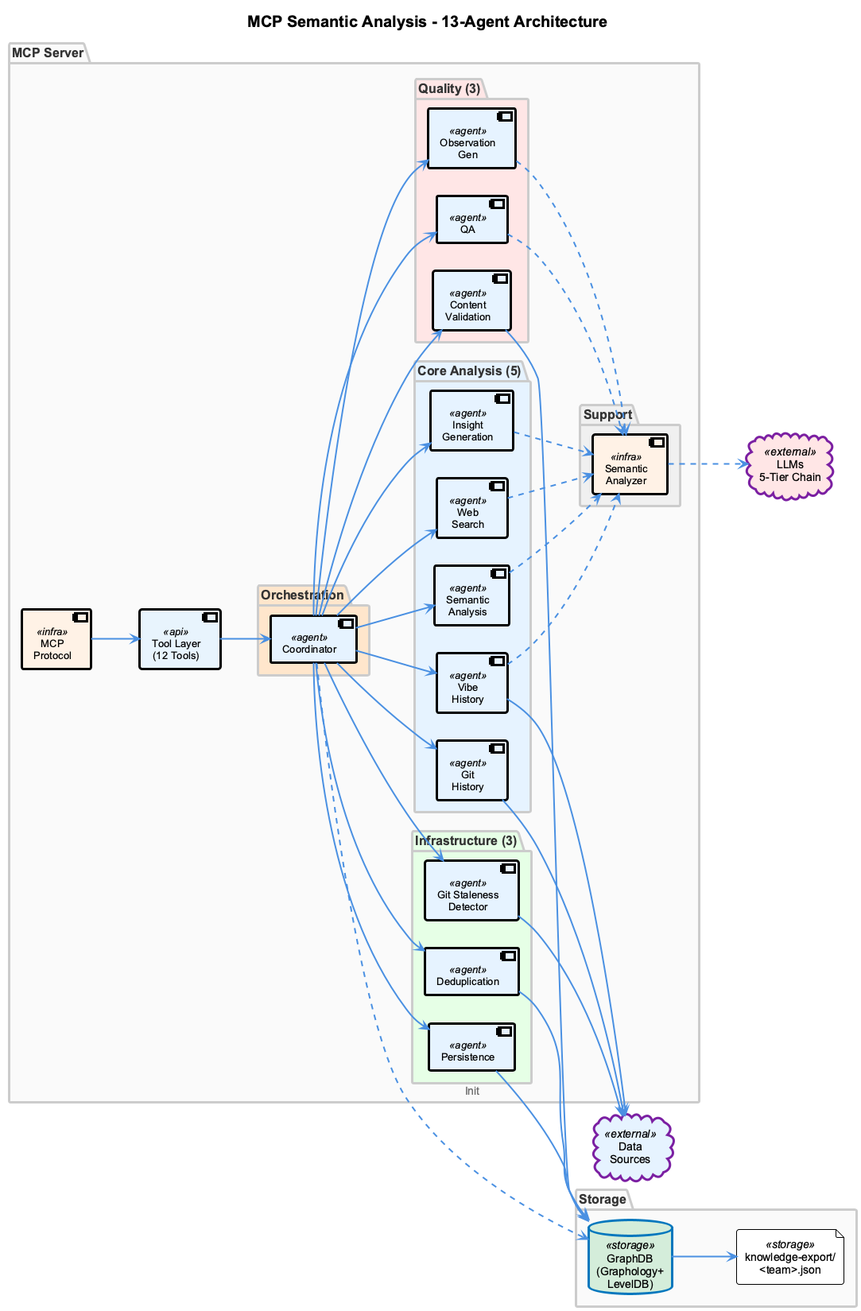
Earlier version of the PlantUML export docs/presentation/images/mcp-server-architecture.png (fwornle/coding).
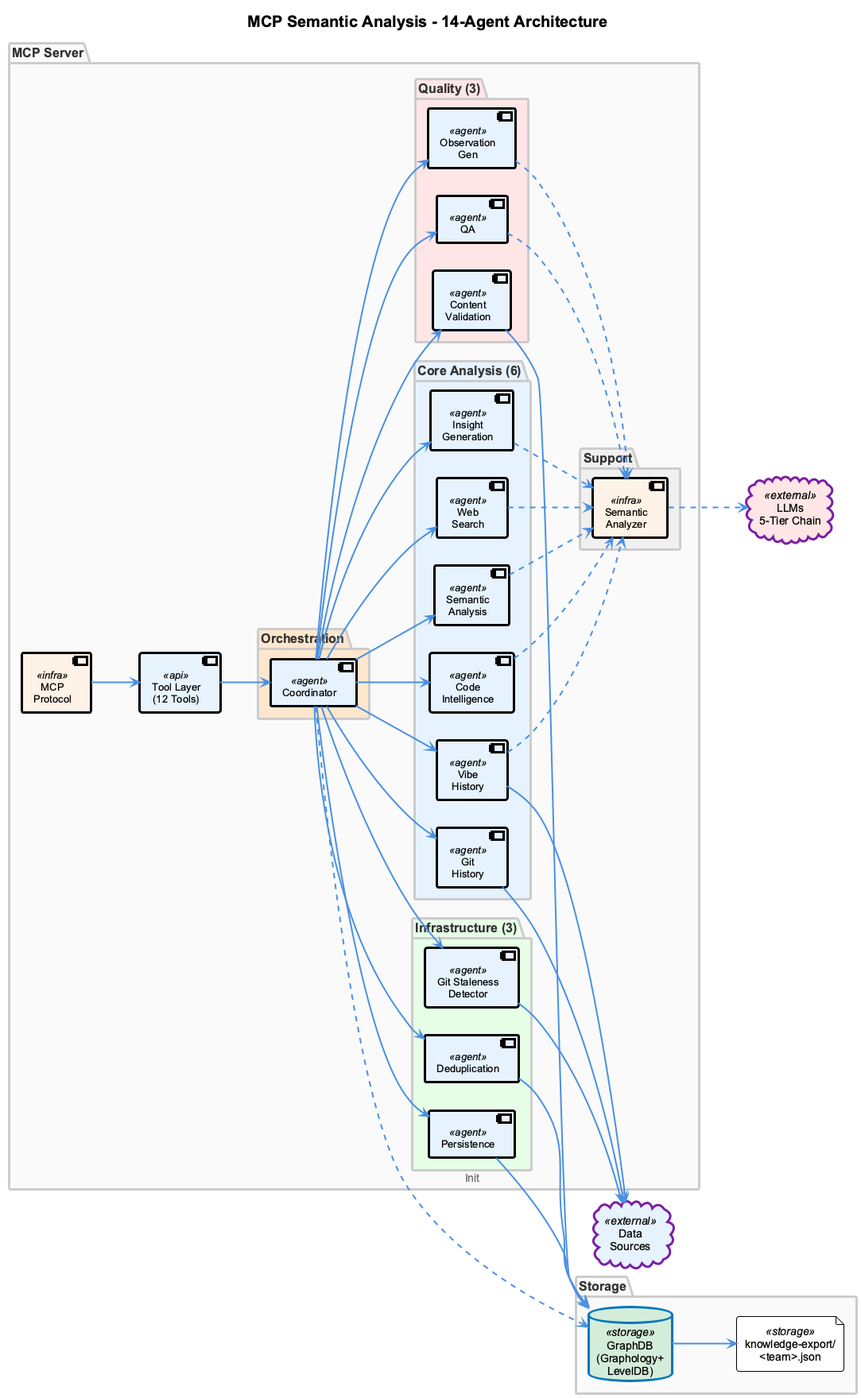
After the change.

What changed in the source:
```diff
@@ -8,7 +8,7 @@
 skinparam componentFontSize 13
 skinparam ArrowThickness 2
 
-title MCP Semantic Analysis - 13-Agent Architecture
+title MCP Semantic Analysis - 14-Agent Architecture
 
 left to right direction
 
@@ -20,9 +20,10 @@
     component "Coordinator" as COORDINATOR <<agent>>
   }
 
-  package "Core Analysis (5)" as ANALYSIS_PKG #E6F3FF {
+  package "Core Analysis (6)" as ANALYSIS_PKG #E6F3FF {
     component "Git\nHistory" as GIT <<agent>>
     component "Vibe\nHistory" as VIBE <<agent>>
+    component "Code\nIntelligence" as INTEL <<agent>>
     component "Semantic\nAnalysis" as SEMANTIC <<agent>>
     component "Web\nSearch" as WEB <<agent>>
     component "Insight\nGeneration" as INSIGHT <<agent>>
@@ -59,6 +60,7 @@
 COORDINATOR --> VIBE
 COORDINATOR --> SEMANTIC
 COORDINATOR --> WEB
+COORDINATOR --> INTEL
 COORDINATOR --> INSIGHT
 COORDINATOR --> OBS
 COORDINATOR --> QA
@@ -69,6 +71,7 @@
 COORDINATOR ..> GRAPHDB : "Init"
 
 VIBE ..> ANALYZER
+INTEL ..> ANALYZER
 SEMANTIC ..> ANALYZER
 WEB ..> ANALYZER
 INSIGHT ..> ANALYZER
```
